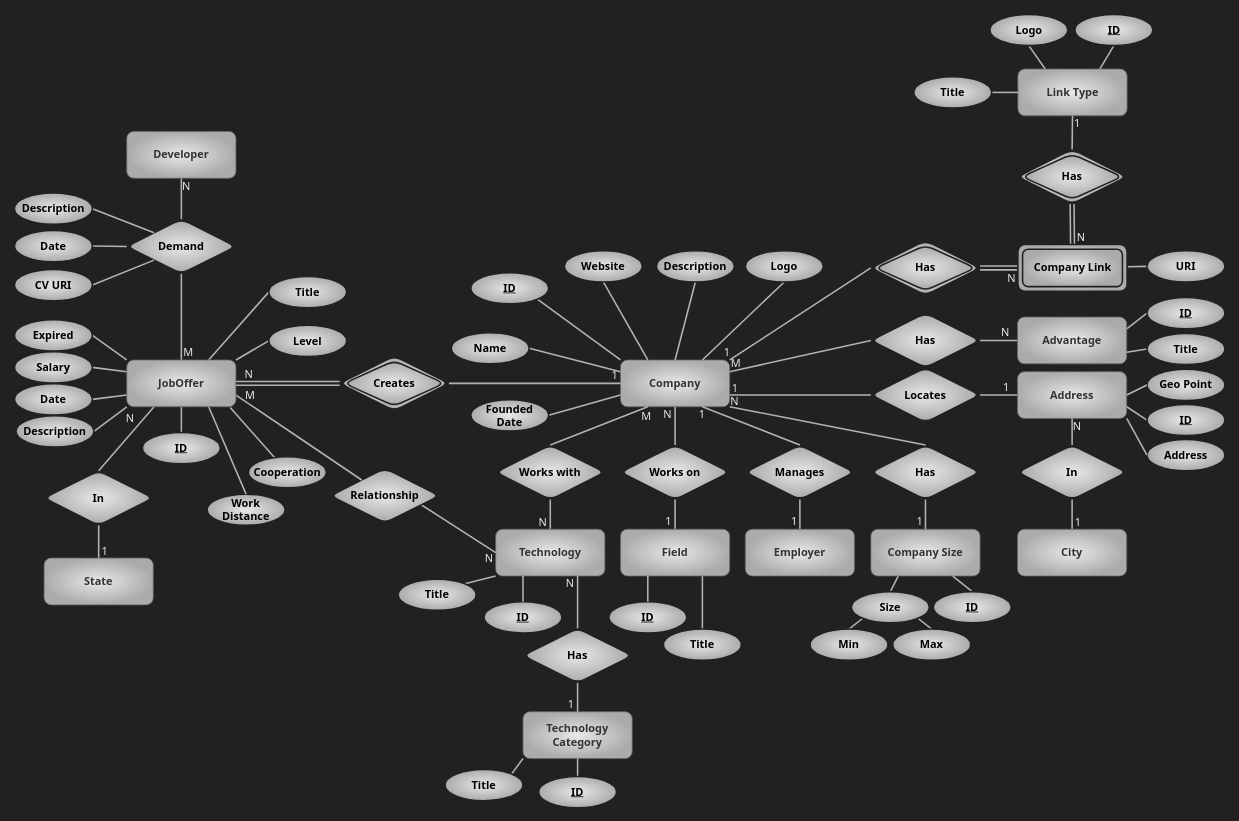
This is page "magnet" (2 of 5) of assets/er.drawio from kntu-db/quera-norm, a draw.io file, before an edit. Source tidied: cells renumbered, new cells numbered last; positions are measured from the earlier drawing's top-left corner, leaving out a move shared by most shapes. Both pictures are drawn from the tidied source at 78%, with x=0, y=0 at pixel (14, 14).
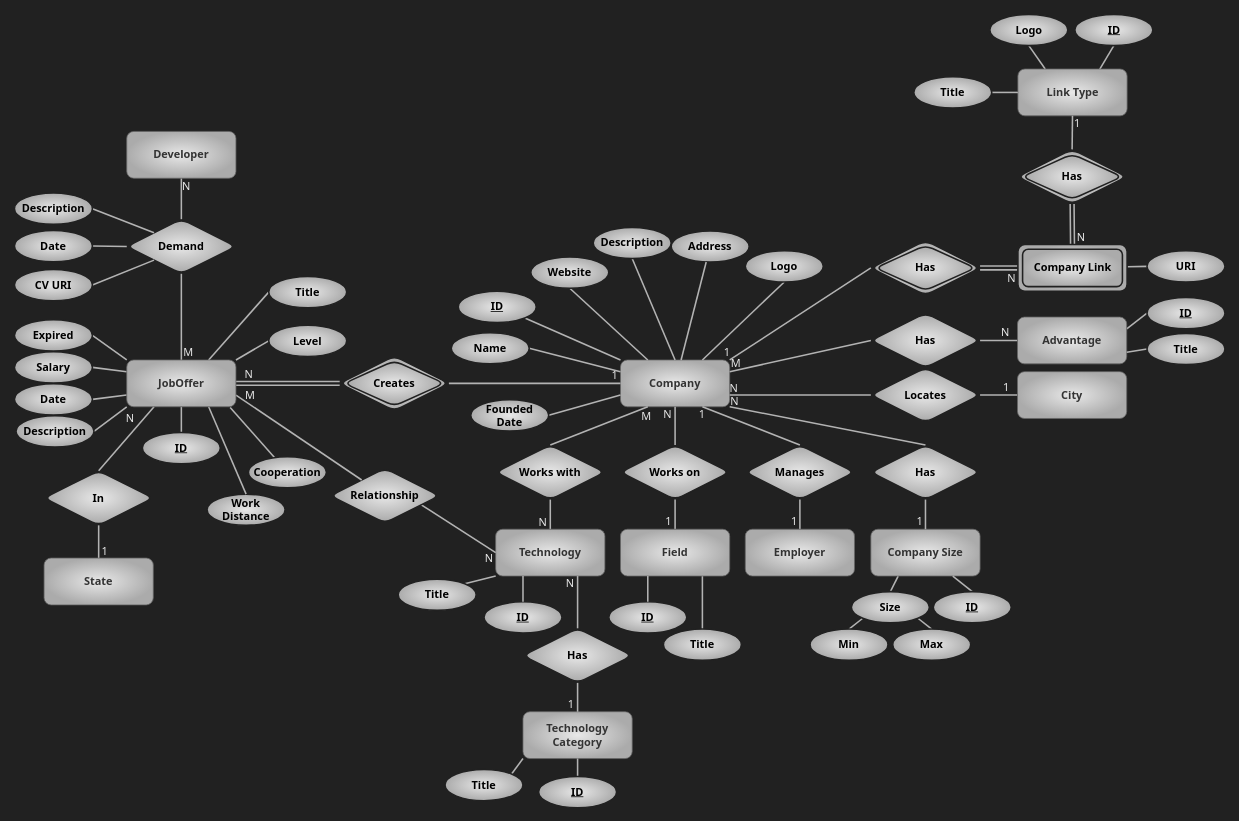
Above is the later version.

Commit message (it also covers changes not shown here):
Change address to property

The change refers to these unchanged cells:
```xml
<mxCell id="23" value="Company" style="whiteSpace=wrap;html=1;align=center;fontFamily=Tahoma;rounded=1;fillColor=#E8E8E8;strokeColor=#666666;fontColor=#333333;gradientColor=#ABABAB;gradientDirection=radial;fontSize=14;labelBackgroundColor=none;fontStyle=1;" parent="1" vertex="1">
  <mxGeometry x="777" y="443" width="140" height="60" as="geometry" />
</mxCell>
<mxCell id="57" style="endArrow=none;html=1;rounded=0;shadow=0;sketch=0;fontFamily=Tahoma;fontSize=14;fontColor=#E8E8E8;strokeWidth=2;fillColor=none;strokeColor=#B3B3B3;entryX=1;entryY=0.75;entryDx=0;entryDy=0;exitX=0;exitY=0.5;exitDx=0;exitDy=0;" parent="1" edge="1" source="59" target="23">
  <mxGeometry relative="1" as="geometry" />
</mxCell>
```

What changed in the source:
```diff
@@
     <mxCell id="29" value="Description" style="ellipse;whiteSpace=wrap;html=1;align=center;rounded=1;labelBackgroundColor=none;fontFamily=Tahoma;fontSize=14;fontColor=#000000;strokeColor=#212121;strokeWidth=2;fillColor=#E8E8E8;gradientColor=#ABABAB;gradientDirection=radial;fontStyle=1;" parent="1" vertex="1">
-      <mxGeometry x="823" y="303" width="100" height="40" as="geometry" />
+      <mxGeometry x="742" y="273" width="100" height="40" as="geometry" />
     </mxCell>
@@
     <mxCell id="31" value="&lt;u&gt;ID&lt;/u&gt;" style="ellipse;whiteSpace=wrap;html=1;align=center;rounded=1;labelBackgroundColor=none;fontFamily=Tahoma;fontSize=14;fontColor=#000000;strokeColor=#212121;strokeWidth=2;fillColor=#E8E8E8;gradientColor=#ABABAB;gradientDirection=radial;fontStyle=1;" parent="1" vertex="1">
-      <mxGeometry x="585" y="331" width="100" height="40" as="geometry" />
+      <mxGeometry x="569" y="355" width="100" height="40" as="geometry" />
     </mxCell>
     <mxCell id="32" value="Website" style="ellipse;whiteSpace=wrap;html=1;align=center;rounded=1;labelBackgroundColor=none;fontFamily=Tahoma;fontSize=14;fontColor=#000000;strokeColor=#212121;strokeWidth=2;fillColor=#E8E8E8;gradientColor=#ABABAB;gradientDirection=radial;fontStyle=1;" parent="1" vertex="1">
-      <mxGeometry x="705" y="303" width="100" height="40" as="geometry" />
+      <mxGeometry x="662" y="311" width="100" height="40" as="geometry" />
     </mxCell>
@@
-    <mxCell id="58" value="1" style="html=1;align=right;verticalAlign=bottom;rounded=1;shadow=0;glass=0;labelBackgroundColor=none;labelBorderColor=none;fontFamily=Tahoma;fontSize=14;fontColor=#E8E8E8;strokeColor=#3D3D3D;strokeWidth=1;fillColor=#E8E8E8;gradientColor=#ABABAB;gradientDirection=radial;" parent="57" vertex="1">
+    <mxCell id="58" value="N" style="html=1;align=right;verticalAlign=bottom;rounded=1;shadow=0;glass=0;labelBackgroundColor=none;labelBorderColor=none;fontFamily=Tahoma;fontSize=14;fontColor=#E8E8E8;strokeColor=#3D3D3D;strokeWidth=1;fillColor=#E8E8E8;gradientColor=#ABABAB;gradientDirection=radial;" parent="57" vertex="1">
       <mxGeometry x="1" relative="1" as="geometry">
         <mxPoint x="11" y="1" as="offset" />
       </mxGeometry>
     </mxCell>
@@
-    <mxCell id="62" value="Address" style="whiteSpace=wrap;html=1;align=center;fontFamily=Tahoma;rounded=1;fillColor=#E8E8E8;strokeColor=#666666;fontColor=#333333;gradientColor=#ABABAB;gradientDirection=radial;fontSize=14;labelBackgroundColor=none;fontStyle=1;" parent="1" vertex="1">
+    <mxCell id="62" value="City" style="whiteSpace=wrap;html=1;align=center;fontFamily=Tahoma;rounded=1;fillColor=#E8E8E8;strokeColor=#666666;fontColor=#333333;gradientColor=#ABABAB;gradientDirection=radial;fontSize=14;labelBackgroundColor=none;fontStyle=1;" parent="1" vertex="1">
       <mxGeometry x="1286" y="458" width="140" height="60" as="geometry" />
     </mxCell>
     <mxCell id="63" value="Address" style="ellipse;whiteSpace=wrap;html=1;align=center;rounded=1;labelBackgroundColor=none;fontFamily=Tahoma;fontSize=14;fontColor=#000000;strokeColor=#212121;strokeWidth=2;fillColor=#E8E8E8;gradientColor=#ABABAB;gradientDirection=radial;fontStyle=1;" parent="1" vertex="1">
-      <mxGeometry x="1452" y="545" width="100" height="40" as="geometry" />
+      <mxGeometry x="842" y="277.5" width="100" height="40" as="geometry" />
     </mxCell>
-    <mxCell id="64" value="Geo Point" style="ellipse;whiteSpace=wrap;html=1;align=center;rounded=1;labelBackgroundColor=none;fontFamily=Tahoma;fontSize=14;fontColor=#000000;strokeColor=#212121;strokeWidth=2;fillColor=#E8E8E8;gradientColor=#ABABAB;gradientDirection=radial;fontStyle=1;" parent="1" vertex="1">
-      <mxGeometry x="1452" y="455" width="100" height="40" as="geometry" />
-    </mxCell>
-    <mxCell id="65" style="endArrow=none;html=1;rounded=1;fontFamily=Tahoma;fontSize=14;fontColor=#000000;strokeWidth=2;sketch=0;shadow=0;fillColor=none;strokeColor=#B3B3B3;exitX=1;exitY=0.5;exitDx=0;exitDy=0;entryX=0;entryY=0.5;entryDx=0;entryDy=0;" parent="1" edge="1" source="62" target="64">
-      <mxGeometry relative="1" as="geometry" />
-    </mxCell>
-    <mxCell id="66" style="endArrow=none;html=1;rounded=1;fontFamily=Tahoma;fontSize=14;fontColor=#000000;strokeWidth=2;sketch=0;shadow=0;fillColor=none;strokeColor=#B3B3B3;exitX=1;exitY=1;exitDx=0;exitDy=0;entryX=0;entryY=0.5;entryDx=0;entryDy=0;" parent="1" edge="1" source="62" target="63">
+    <mxCell id="66" style="endArrow=none;html=1;rounded=1;fontFamily=Tahoma;fontSize=14;fontColor=#000000;strokeWidth=2;sketch=0;shadow=0;fillColor=none;strokeColor=#B3B3B3;" parent="1" edge="1" source="23" target="63">
       <mxGeometry relative="1" as="geometry" />
     </mxCell>
-    <mxCell id="67" style="endArrow=none;html=1;rounded=0;shadow=0;sketch=0;fontFamily=Tahoma;fontSize=14;fontColor=#E8E8E8;strokeWidth=2;fillColor=none;strokeColor=#B3B3B3;entryX=0.5;entryY=1;entryDx=0;entryDy=0;exitX=0.5;exitY=0;exitDx=0;exitDy=0;" parent="1" edge="1" source="69" target="62">
-      <mxGeometry relative="1" as="geometry" />
-    </mxCell>
-    <mxCell id="68" value="N" style="html=1;align=right;verticalAlign=bottom;rounded=1;shadow=0;glass=0;labelBackgroundColor=none;labelBorderColor=none;fontFamily=Tahoma;fontSize=14;fontColor=#E8E8E8;strokeColor=#3D3D3D;strokeWidth=1;fillColor=#E8E8E8;gradientColor=#ABABAB;gradientDirection=radial;" parent="67" vertex="1">
-      <mxGeometry x="1" relative="1" as="geometry">
-        <mxPoint x="12" y="20" as="offset" />
-      </mxGeometry>
-    </mxCell>
-    <mxCell id="69" value="In" style="shape=rhombus;perimeter=rhombusPerimeter;whiteSpace=wrap;html=1;align=center;rounded=1;labelBackgroundColor=none;fontFamily=Tahoma;fontSize=14;fontColor=#000000;strokeColor=#212121;strokeWidth=2;fillColor=#E8E8E8;gradientColor=#ABABAB;gradientDirection=radial;fontStyle=1;" parent="1" vertex="1">
-      <mxGeometry x="1286" y="552" width="140" height="70" as="geometry" />
-    </mxCell>
-    <mxCell id="70" style="endArrow=none;html=1;rounded=0;shadow=0;sketch=0;fontFamily=Tahoma;fontSize=14;fontColor=#E8E8E8;strokeWidth=2;fillColor=none;strokeColor=#B3B3B3;exitX=0.5;exitY=1;exitDx=0;exitDy=0;entryX=0.5;entryY=0;entryDx=0;entryDy=0;" parent="1" edge="1" source="69" target="72">
-      <mxGeometry relative="1" as="geometry" />
-    </mxCell>
-    <mxCell id="71" value="1" style="html=1;align=right;verticalAlign=bottom;rounded=1;shadow=0;glass=0;labelBackgroundColor=none;labelBorderColor=none;fontFamily=Tahoma;fontSize=14;fontColor=#E8E8E8;strokeColor=#3D3D3D;strokeWidth=1;fillColor=#E8E8E8;gradientColor=#ABABAB;gradientDirection=radial;" parent="70" vertex="1">
-      <mxGeometry x="1" relative="1" as="geometry">
-        <mxPoint x="12" y="1" as="offset" />
-      </mxGeometry>
-    </mxCell>
-    <mxCell id="72" value="City" style="whiteSpace=wrap;html=1;align=center;fontFamily=Tahoma;rounded=1;fillColor=#E8E8E8;strokeColor=#666666;fontColor=#333333;gradientColor=#ABABAB;gradientDirection=radial;fontSize=14;labelBackgroundColor=none;fontStyle=1;" parent="1" vertex="1">
-      <mxGeometry x="1286" y="660" width="140" height="60" as="geometry" />
-    </mxCell>
@@
-    <mxCell id="118" style="edgeStyle=none;html=1;exitX=0;exitY=0.5;exitDx=0;exitDy=0;entryX=1;entryY=0.75;entryDx=0;entryDy=0;endArrow=none;endFill=0;strokeColor=#B3B3B3;strokeWidth=2;" parent="1" edge="1" source="119" target="62">
-      <mxGeometry relative="1" as="geometry" />
-    </mxCell>
-    <mxCell id="119" value="ID" style="ellipse;whiteSpace=wrap;html=1;align=center;rounded=1;labelBackgroundColor=none;fontFamily=Tahoma;fontSize=14;fontColor=#000000;strokeColor=#212121;strokeWidth=2;fillColor=#E8E8E8;gradientColor=#ABABAB;gradientDirection=radial;fontStyle=5;" parent="1" vertex="1">
-      <mxGeometry x="1452" y="500" width="100" height="40" as="geometry" />
-    </mxCell>
```
